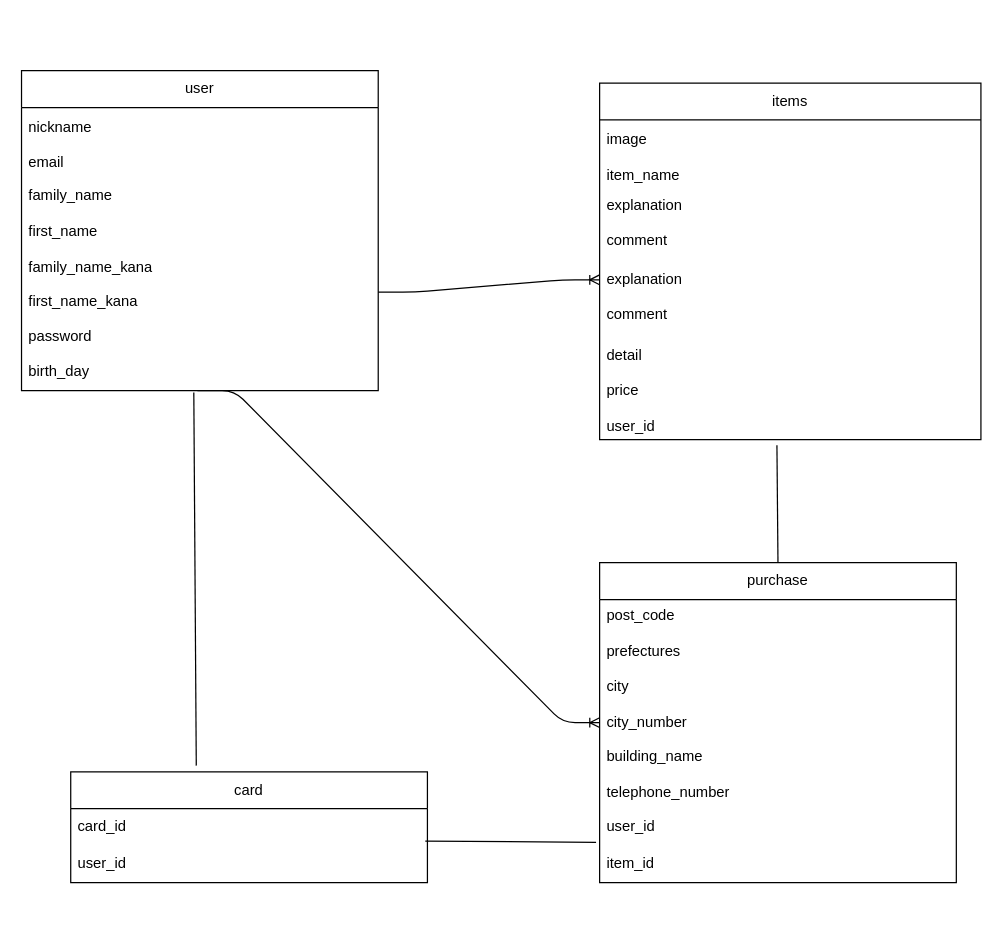
Before: .dio in yuta10200831/furima-38941, a draw.io diagram. Source tidied: cells renumbered, new cells numbered last; positions are measured from the earlier drawing's top-left corner, leaving out a move shared by most shapes. Both pictures are drawn from the tidied source at 123%, with x=0, y=0 at pixel (21, 70).
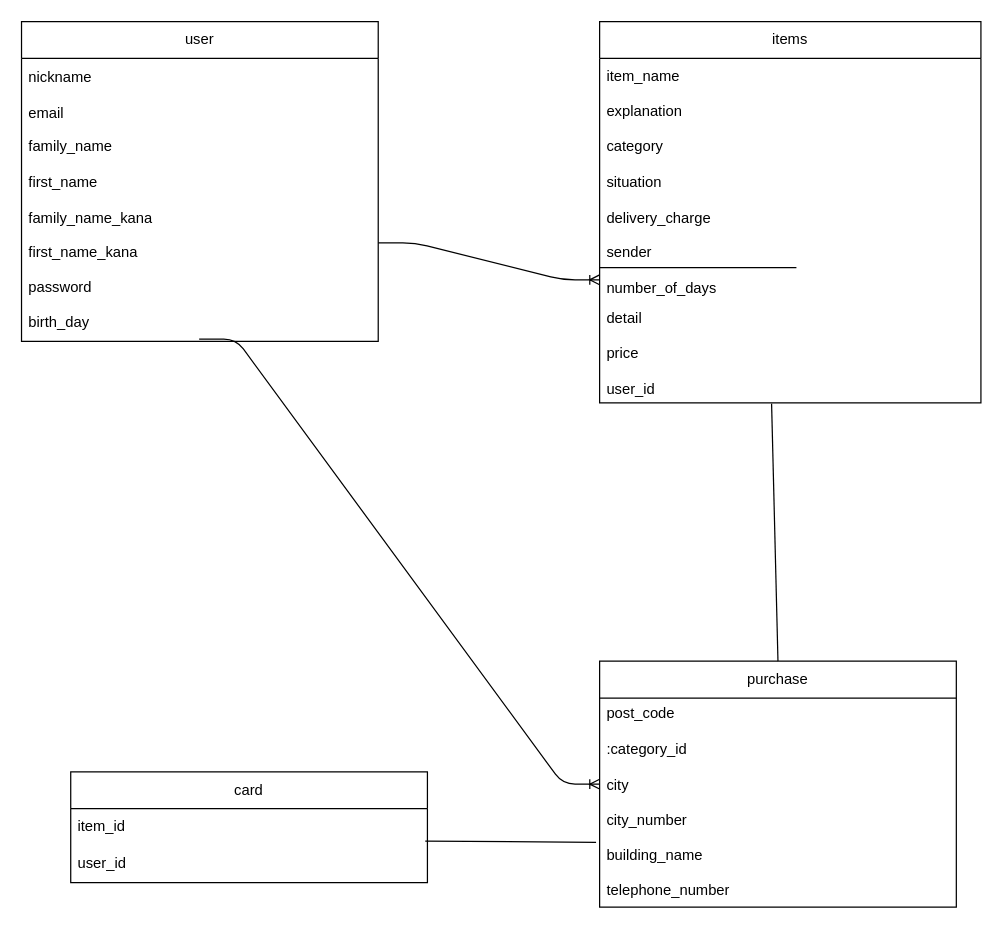
The same diagram, later.

Commit message (it also covers changes not shown here):
データベース設計　修正①

The change refers to these unchanged cells:
```xml
<mxCell id="8" value="password&lt;br&gt;&lt;br&gt;birth_day" style="text;strokeColor=none;fillColor=none;align=left;verticalAlign=middle;spacingLeft=4;spacingRight=4;overflow=hidden;points=[[0,0.5],[1,0.5]];portConstraint=eastwest;whiteSpace=wrap;html=1;" parent="5" vertex="1">
  <mxGeometry y="200" width="290" height="60" as="geometry" />
</mxCell>
<mxCell id="18" value="card" style="swimlane;fontStyle=0;horizontal=1;startSize=30;whiteSpace=wrap;html=1;" parent="1" vertex="1">
  <mxGeometry x="40" y="570" width="290" height="90" as="geometry" />
</mxCell>
<mxCell id="20" value="user_id" style="text;strokeColor=none;fillColor=none;align=left;verticalAlign=middle;spacingLeft=4;spacingRight=4;overflow=hidden;points=[[0,0.5],[1,0.5]];portConstraint=eastwest;whiteSpace=wrap;html=1;" parent="18" vertex="1">
  <mxGeometry y="60" width="290" height="30" as="geometry" />
</mxCell>
```

Diff of the diagram source:
```diff
@@
-    <mxCell id="3" style="edgeStyle=entityRelationEdgeStyle;fontSize=12;html=1;endArrow=ERoneToMany;" parent="1" edge="1" target="14">
-      <mxGeometry relative="1" as="geometry">
-        <mxPoint x="143" y="260" as="sourcePoint" />
-      </mxGeometry>
+    <mxCell id="3" style="edgeStyle=entityRelationEdgeStyle;fontSize=12;html=1;endArrow=ERoneToMany;exitX=0.498;exitY=0.969;exitDx=0;exitDy=0;exitPerimeter=0;" parent="1" edge="1" source="8" target="14">
+      <mxGeometry relative="1" as="geometry" />
     </mxCell>
-    <mxCell id="4" style="endArrow=none;html=1;rounded=0;entryX=0.5;entryY=0;entryDx=0;entryDy=0;exitX=0.465;exitY=1.056;exitDx=0;exitDy=0;exitPerimeter=0;" parent="1" edge="1" source="13" target="14">
-      <mxGeometry relative="1" as="geometry" />
-    </mxCell>
     <mxCell id="5" value="user" style="swimlane;fontStyle=0;horizontal=1;startSize=30;whiteSpace=wrap;html=1;" parent="1" vertex="1">
-      <mxGeometry width="290" height="260" as="geometry" />
+      <mxGeometry y="-40" width="290" height="260" as="geometry" />
     </mxCell>
@@
     <mxCell id="9" value="items" style="swimlane;fontStyle=0;horizontal=1;startSize=30;whiteSpace=wrap;html=1;" parent="1" vertex="1">
-      <mxGeometry x="470" y="10" width="310" height="290" as="geometry" />
+      <mxGeometry x="470" y="-40" width="310" height="310" as="geometry" />
     </mxCell>
-    <mxCell id="10" value="image&lt;br&gt;&lt;br&gt;item_name" style="text;strokeColor=none;fillColor=none;align=left;verticalAlign=middle;spacingLeft=4;spacingRight=4;overflow=hidden;whiteSpace=wrap;html=1;" parent="9" vertex="1">
-      <mxGeometry y="30" width="310" height="60" as="geometry" />
+    <mxCell id="10" value="item_name" style="text;strokeColor=none;fillColor=none;align=left;verticalAlign=middle;spacingLeft=4;spacingRight=4;overflow=hidden;whiteSpace=wrap;html=1;" parent="9" vertex="1">
+      <mxGeometry y="30" width="310" height="30" as="geometry" />
     </mxCell>
-    <mxCell id="11" value="explanation&lt;br&gt;&lt;br&gt;comment&lt;br&gt;&lt;br&gt;" style="text;strokeColor=none;fillColor=none;align=left;verticalAlign=middle;spacingLeft=4;spacingRight=4;overflow=hidden;whiteSpace=wrap;html=1;" parent="9" vertex="1">
-      <mxGeometry y="90" width="310" height="60" as="geometry" />
-    </mxCell>
-    <mxCell id="12" value="explanation&lt;br&gt;&lt;br&gt;comment&lt;br&gt;&lt;br&gt;" style="text;strokeColor=none;fillColor=none;align=left;verticalAlign=middle;spacingLeft=4;spacingRight=4;overflow=hidden;whiteSpace=wrap;html=1;" parent="9" vertex="1">
-      <mxGeometry y="150" width="310" height="60" as="geometry" />
+    <mxCell id="12" value="explanation&lt;br&gt;&lt;br&gt;category&lt;br&gt;&lt;br&gt;situation&lt;br&gt;&lt;br&gt;delivery_charge&lt;br&gt;&lt;br&gt;sender&lt;br&gt;&lt;br&gt;number_of_days" style="text;strokeColor=none;fillColor=none;align=left;verticalAlign=middle;spacingLeft=4;spacingRight=4;overflow=hidden;whiteSpace=wrap;html=1;" parent="9" vertex="1">
+      <mxGeometry y="60" width="310" height="170" as="geometry" />
     </mxCell>
     <mxCell id="13" value="detail&lt;br&gt;&lt;br&gt;price&lt;br&gt;&lt;br&gt;user_id" style="text;strokeColor=none;fillColor=none;align=left;verticalAlign=middle;spacingLeft=4;spacingRight=4;overflow=hidden;points=[[0,0.5],[1,0.5]];portConstraint=eastwest;whiteSpace=wrap;html=1;" parent="9" vertex="1">
-      <mxGeometry y="210" width="310" height="80" as="geometry" />
+      <mxGeometry y="230" width="310" height="80" as="geometry" />
     </mxCell>
     <mxCell id="14" value="purchase" style="swimlane;fontStyle=0;horizontal=1;startSize=30;whiteSpace=wrap;html=1;" parent="1" vertex="1">
-      <mxGeometry x="470" y="400" width="290" height="260" as="geometry" />
+      <mxGeometry x="470" y="480" width="290" height="200" as="geometry" />
     </mxCell>
-    <mxCell id="15" value="post_code&lt;br&gt;&lt;br&gt;prefectures&lt;br&gt;&lt;br&gt;city&lt;br&gt;&lt;br&gt;city_number&lt;br&gt;&lt;br&gt;building_name&lt;br&gt;&lt;br&gt;telephone_number" style="text;strokeColor=none;fillColor=none;align=left;verticalAlign=middle;spacingLeft=4;spacingRight=4;overflow=hidden;whiteSpace=wrap;html=1;" parent="14" vertex="1">
+    <mxCell id="15" value="post_code&lt;br&gt;&lt;br&gt;:category_id&lt;br&gt;&lt;br&gt;city&lt;br&gt;&lt;br&gt;city_number&lt;br&gt;&lt;br&gt;building_name&lt;br&gt;&lt;br&gt;telephone_number" style="text;strokeColor=none;fillColor=none;align=left;verticalAlign=middle;spacingLeft=4;spacingRight=4;overflow=hidden;whiteSpace=wrap;html=1;" parent="14" vertex="1">
       <mxGeometry y="30" width="290" height="170" as="geometry" />
     </mxCell>
-    <mxCell id="16" value="user_id" style="text;strokeColor=none;fillColor=none;align=left;verticalAlign=middle;spacingLeft=4;spacingRight=4;overflow=hidden;points=[[0,0.5],[1,0.5]];portConstraint=eastwest;whiteSpace=wrap;html=1;" parent="14" vertex="1">
-      <mxGeometry y="200" width="290" height="30" as="geometry" />
-    </mxCell>
-    <mxCell id="17" value="item_id" style="text;strokeColor=none;fillColor=none;align=left;verticalAlign=middle;spacingLeft=4;spacingRight=4;overflow=hidden;whiteSpace=wrap;html=1;" parent="14" vertex="1">
-      <mxGeometry y="230" width="290" height="30" as="geometry" />
-    </mxCell>
@@
-    <mxCell id="19" value="card_id" style="text;strokeColor=none;fillColor=none;align=left;verticalAlign=middle;spacingLeft=4;spacingRight=4;overflow=hidden;whiteSpace=wrap;html=1;" parent="18" vertex="1">
+    <mxCell id="19" value="item_id" style="text;strokeColor=none;fillColor=none;align=left;verticalAlign=middle;spacingLeft=4;spacingRight=4;overflow=hidden;whiteSpace=wrap;html=1;" parent="18" vertex="1">
       <mxGeometry y="30" width="290" height="30" as="geometry" />
     </mxCell>
@@
-    <mxCell id="21" style="endArrow=none;html=1;rounded=0;fontColor=#FFFFFF;exitX=0.994;exitY=-0.122;exitDx=0;exitDy=0;exitPerimeter=0;entryX=-0.01;entryY=0.911;entryDx=0;entryDy=0;entryPerimeter=0;" parent="1" edge="1" source="20" target="16">
-      <mxGeometry relative="1" as="geometry" />
+    <mxCell id="21" style="endArrow=none;html=1;rounded=0;fontColor=#FFFFFF;exitX=0.994;exitY=-0.122;exitDx=0;exitDy=0;exitPerimeter=0;entryX=-0.01;entryY=0.911;entryDx=0;entryDy=0;entryPerimeter=0;" parent="1" edge="1" source="20">
+      <mxGeometry relative="1" as="geometry">
+        <mxPoint x="467.1" y="627.3" as="targetPoint" />
+      </mxGeometry>
     </mxCell>
-    <mxCell id="22" style="endArrow=none;html=1;rounded=0;fontColor=#FFFFFF;exitX=0.483;exitY=1.028;exitDx=0;exitDy=0;exitPerimeter=0;entryX=0.352;entryY=-0.056;entryDx=0;entryDy=0;entryPerimeter=0;" parent="1" edge="1" source="8" target="18">
-      <mxGeometry relative="1" as="geometry" />
-    </mxCell>
+    <mxCell id="23" style="endArrow=none;html=1;rounded=0;" parent="1" edge="1">
+      <mxGeometry relative="1" as="geometry">
+        <mxPoint x="470" y="160" as="sourcePoint" />
+        <mxPoint x="630" y="160" as="targetPoint" />
+      </mxGeometry>
+    </mxCell>
+    <mxCell id="4" style="endArrow=none;html=1;rounded=0;entryX=0.5;entryY=0;entryDx=0;entryDy=0;exitX=0.451;exitY=1.008;exitDx=0;exitDy=0;exitPerimeter=0;" parent="1" edge="1" source="13" target="14">
+      <mxGeometry relative="1" as="geometry" />
+    </mxCell>
```
